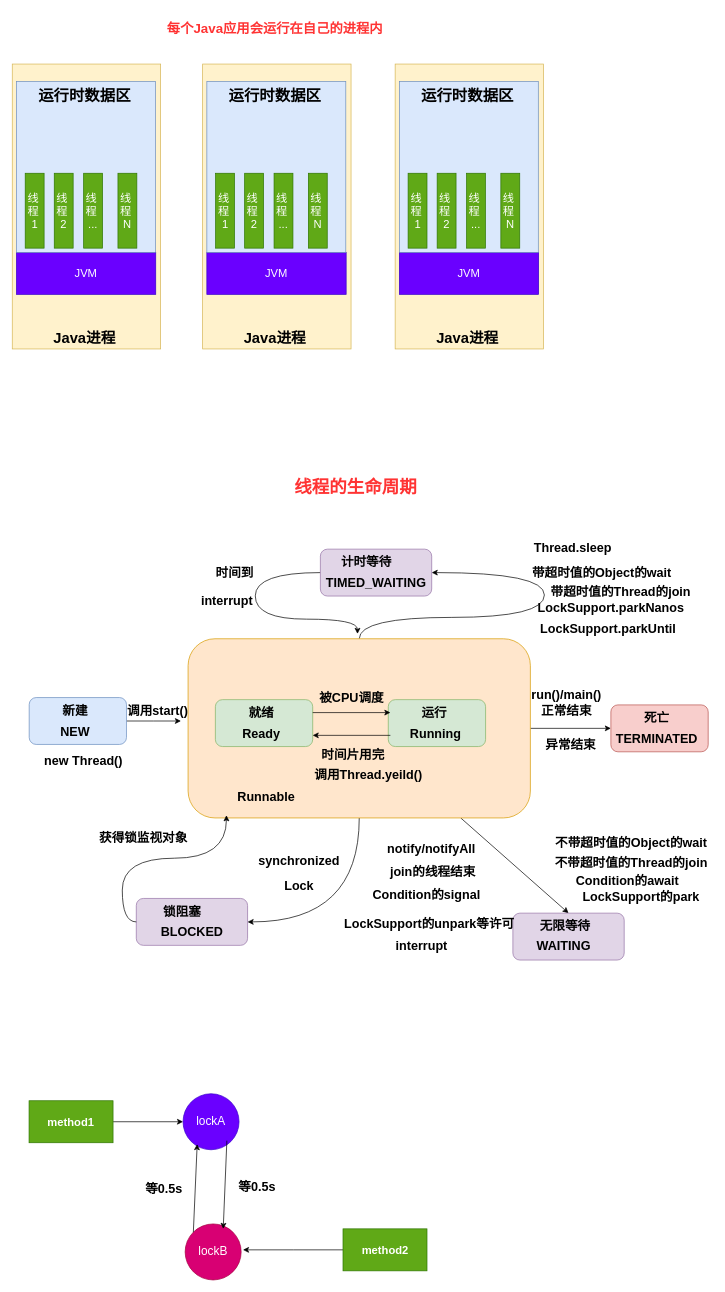
pkqzyh/pkqzyh.github.io keeps this draw.io diagram as page "多线程基础" (3 of 4) of JUC并发编程.drawio. Above is the earlier version. Source tidied: cells renumbered, new cells numbered last; positions are measured from the earlier drawing's top-left corner, leaving out a move shared by most shapes. Both pictures are drawn from the tidied source at 70%, with x=0, y=0 at pixel (12, 20).
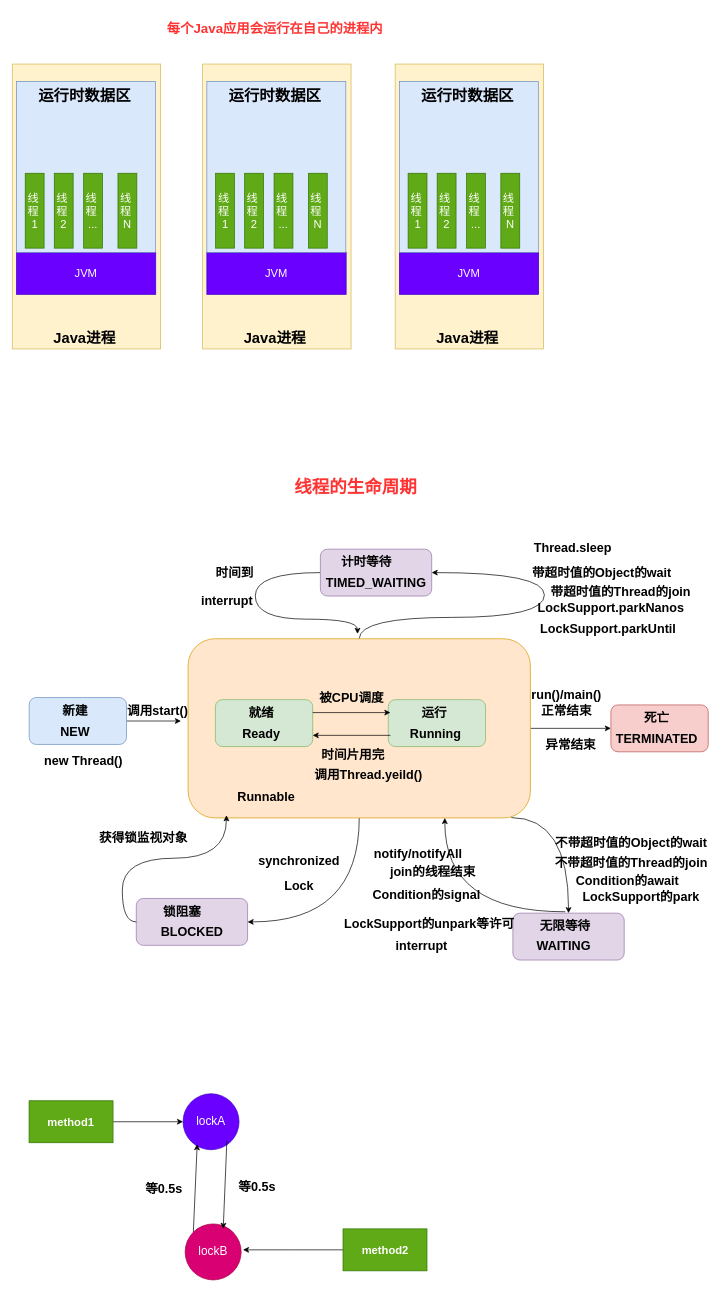
Above is the later version.

Commit message:
更新JUC并发编程.drawio

The change refers to these unchanged cells:
```xml
<mxCell id="6" style="rounded=1;whiteSpace=wrap;html=1;fillColor=#ffe6cc;strokeColor=#d79b00;" parent="1" vertex="1">
  <mxGeometry x="251.2" y="884" width="489" height="256" as="geometry" />
</mxCell>
<mxCell id="58" style="rounded=1;whiteSpace=wrap;html=1;fillColor=#e1d5e7;strokeColor=#9673a6;" parent="1" vertex="1">
  <mxGeometry x="715.2" y="1276" width="159" height="67" as="geometry" />
</mxCell>
```

The edit, as a diff of the source:
```diff
@@
-    <mxCell id="4" style="rounded=0;jettySize=auto;html=1;entryX=0.5;entryY=0;entryDx=0;entryDy=0;" parent="1" edge="1" source="6" target="58">
-      <mxGeometry relative="1" as="geometry" />
+    <mxCell id="4" style="rounded=0;jettySize=auto;html=1;entryX=0.5;entryY=0;entryDx=0;entryDy=0;edgeStyle=orthogonalEdgeStyle;curved=1;exitX=0.944;exitY=0.998;exitDx=0;exitDy=0;exitPerimeter=0;" parent="1" edge="1" source="6" target="58">
+      <mxGeometry relative="1" as="geometry">
+        <Array as="points">
+          <mxPoint x="795" y="1140" />
+        </Array>
+      </mxGeometry>
     </mxCell>
@@
+    <mxCell id="99" style="edgeStyle=orthogonalEdgeStyle;rounded=0;jettySize=auto;html=1;entryX=0.75;entryY=1;entryDx=0;entryDy=0;curved=1;" parent="1" edge="1" target="6">
+      <mxGeometry relative="1" as="geometry">
+        <mxPoint x="790" y="1274" as="sourcePoint" />
+      </mxGeometry>
+    </mxCell>
@@
     <mxCell id="77" value="&lt;b&gt;&lt;font style=&quot;font-size: 18px;&quot;&gt;notify/notifyAll&lt;/font&gt;&lt;/b&gt;" style="text;html=1;align=center;verticalAlign=middle;whiteSpace=wrap;rounded=0;" parent="1" vertex="1">
-      <mxGeometry x="529.2" y="1171" width="140" height="27" as="geometry" />
+      <mxGeometry x="510.2" y="1177" width="140" height="27" as="geometry" />
     </mxCell>
```
